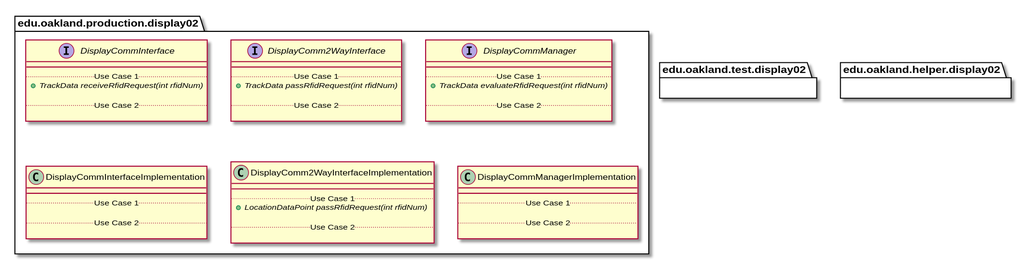
andrewdimmer/csi-3370-software-project keeps this PlantUML diagram as docs/uml-class-diagrams/display02/Display02Packages.svg. Above is the earlier version.
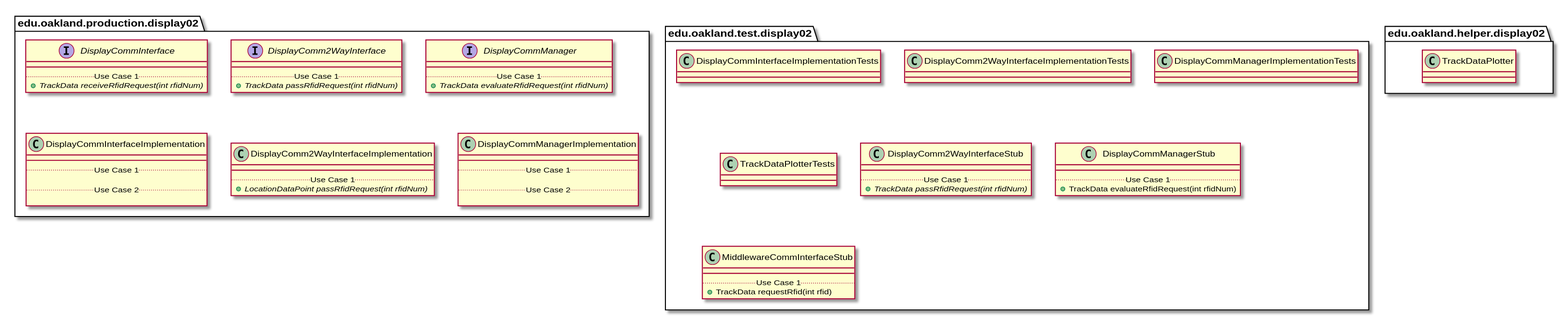
After the commit.

The edit, as a diff of the source:
```diff
@@ -11,9 +11,6 @@
         __
         .. Use Case 1 ..
         {abstract} + TrackData receiveRfidRequest(int rfidNum)
-
-        .. Use Case 2 ..
-
     }
 }
 
@@ -23,9 +20,6 @@
         __
         .. Use Case 1 ..
         {abstract} + TrackData passRfidRequest(int rfidNum)
-
-        .. Use Case 2 ..
-
     }
 }
 
@@ -35,9 +29,6 @@
         __
         .. Use Case 1 ..
         {abstract} + TrackData evaluateRfidRequest(int rfidNum)
-
-        .. Use Case 2 ..
-
     }
 }
 
@@ -58,9 +49,6 @@
         __
         .. Use Case 1 ..
         {abstract} + LocationDataPoint passRfidRequest(int rfidNum)
-
-        .. Use Case 2 ..
-
     }
 }
 
@@ -82,9 +70,73 @@
 }
 
 
+package edu.oakland.test.display02 {
+    class DisplayCommInterfaceImplementationTests {
+
+    }
+}
+
+
+package edu.oakland.test.display02 {
+    class DisplayComm2WayInterfaceImplementationTests {
+
+    }
+}
+
+
+package edu.oakland.test.display02 {
+    class DisplayCommManagerImplementationTests {
+
+    }
+}
+
+
+package edu.oakland.test.display02 {
+    class TrackDataPlotterTests {
+
+    }
+}
+
+
+package edu.oakland.test.display02 {
+    class DisplayComm2WayInterfaceStub {
+        __
+        .. Use Case 1 ..
+        {abstract} + TrackData passRfidRequest(int rfidNum)
+    }
+}
+
+
+package edu.oakland.test.display02 {
+    class DisplayCommManagerStub {
+        __
+        .. Use Case 1 ..
+        + TrackData evaluateRfidRequest(int rfidNum)
+    }
+}
+
+
+package edu.oakland.test.display02 {
+    class MiddlewareCommInterfaceStub {
+        __
+        .. Use Case 1 ..
+        + TrackData requestRfid(int rfid)
+    }
+}
+
+
+
 package edu.oakland.helper.display02 {
 
 }
 
 
+package edu.oakland.helper.display02 {
+    class TrackDataPlotter {
+
+    }
+}
+
+
+
 @enduml
```
